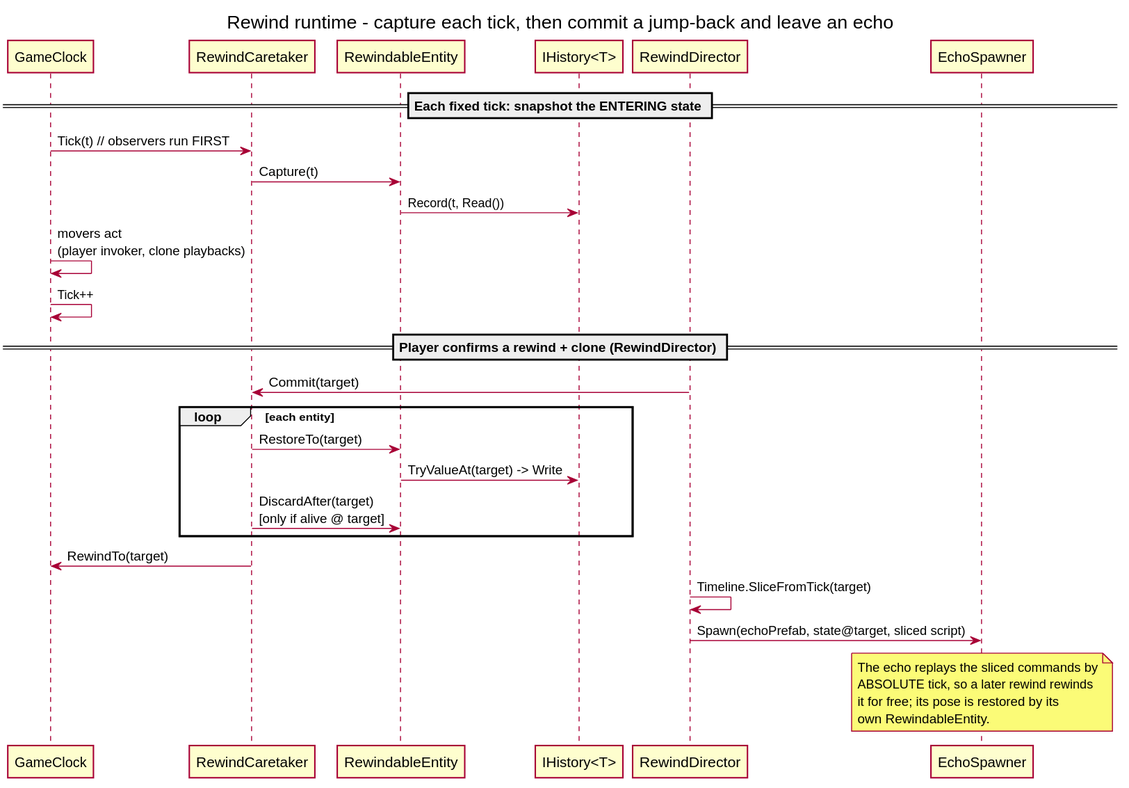
This is docs/presentation/rewind-sequence.svg from Xenogix/PlatformerMCR, a PlantUML export, as it was before one commit.
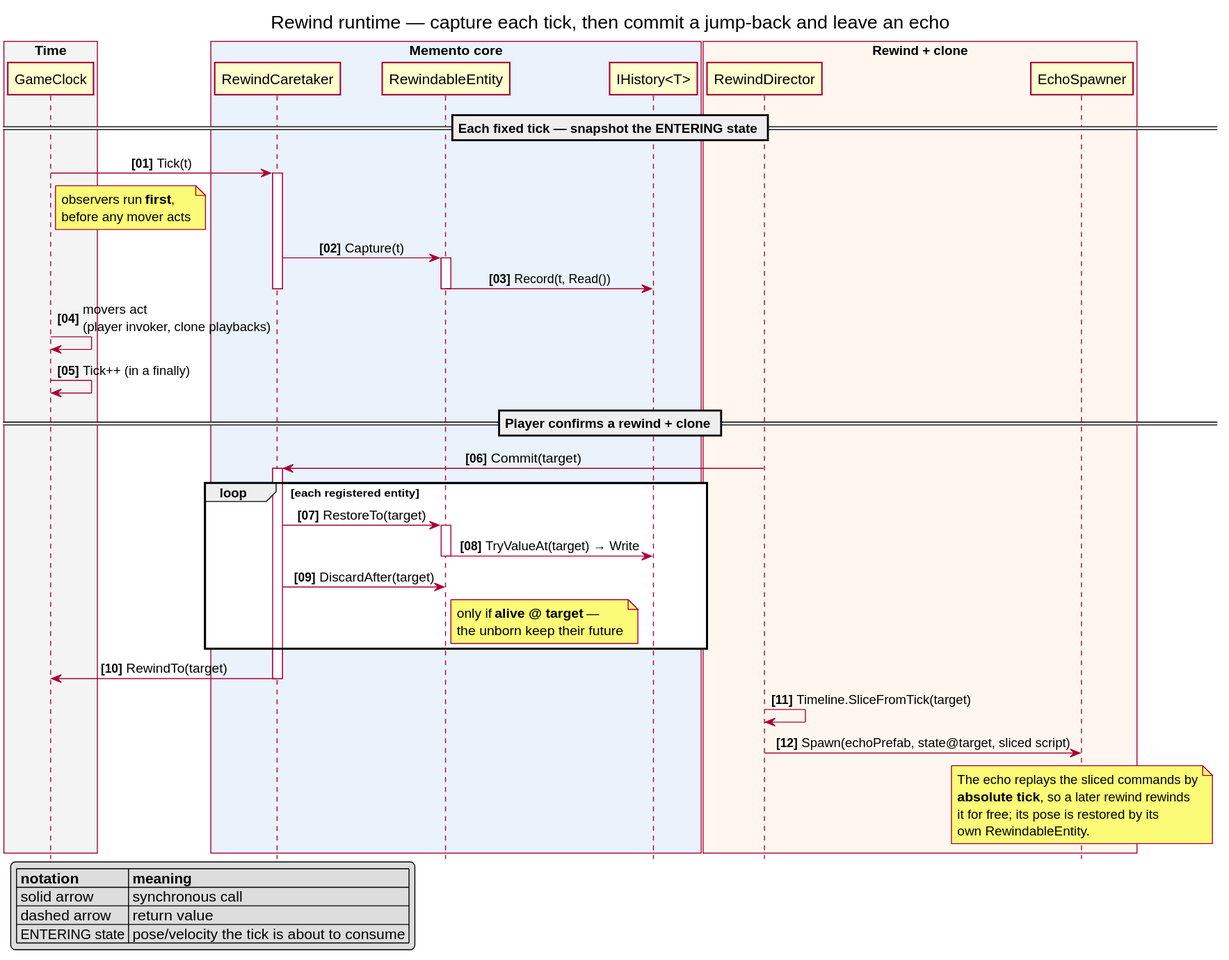
After the change.

Change to the diagram source:
```diff
@@ -1,37 +1,64 @@
 @startuml rewind-sequence
-title Rewind runtime - capture each tick, then commit a jump-back and leave an echo
+title Rewind runtime — capture each tick, then commit a jump-back and leave an echo
 
 skinparam shadowing false
 skinparam defaultFontName sans-serif
+skinparam sequenceMessageAlign center
+hide footbox
+autonumber "<b>[00]"
 
-participant GameClock
-participant "RewindCaretaker" as Caretaker
-participant "RewindableEntity" as Entity
-participant "IHistory<T>" as History
-participant "RewindDirector" as Director
-participant "EchoSpawner" as Spawner
+box "Time" #F4F4F4
+  participant GameClock as clock
+end box
+box "Memento core" #EAF2FB
+  participant RewindCaretaker as caretaker
+  participant RewindableEntity as entity
+  participant "IHistory<T>" as history
+end box
+box "Rewind + clone" #FFF7EF
+  participant RewindDirector as director
+  participant EchoSpawner as spawner
+end box
 
-== Each fixed tick: snapshot the ENTERING state ==
-GameClock -> Caretaker : Tick(t)   // observers run FIRST
-Caretaker -> Entity : Capture(t)
-Entity -> History : Record(t, Read())
-GameClock -> GameClock : movers act\n(player invoker, clone playbacks)
-GameClock -> GameClock : Tick++
+== Each fixed tick — snapshot the ENTERING state ==
+clock -> caretaker : Tick(t)
+note right of clock : observers run **first**,\nbefore any mover acts
+activate caretaker
+caretaker -> entity : Capture(t)
+activate entity
+entity -> history : Record(t, Read())
+deactivate entity
+deactivate caretaker
+clock -> clock : movers act\n(player invoker, clone playbacks)
+clock -> clock : Tick++  (in a finally)
 
-== Player confirms a rewind + clone (RewindDirector) ==
-Director -> Caretaker : Commit(target)
-loop each entity
-  Caretaker -> Entity : RestoreTo(target)
-  Entity -> History : TryValueAt(target) -> Write
-  Caretaker -> Entity : DiscardAfter(target)\n[only if alive @ target]
+== Player confirms a rewind + clone ==
+director -> caretaker : Commit(target)
+activate caretaker
+loop each registered entity
+  caretaker -> entity : RestoreTo(target)
+  activate entity
+  entity -> history : TryValueAt(target) → Write
+  deactivate entity
+  caretaker -> entity : DiscardAfter(target)
+  note right of entity : only if **alive @ target** —\nthe unborn keep their future
 end
-Caretaker -> GameClock : RewindTo(target)
-Director -> Director : Timeline.SliceFromTick(target)
-Director -> Spawner : Spawn(echoPrefab, state@target, sliced script)
-note over Spawner
+caretaker -> clock : RewindTo(target)
+deactivate caretaker
+director -> director : Timeline.SliceFromTick(target)
+director -> spawner : Spawn(echoPrefab, state@target, sliced script)
+note over spawner
   The echo replays the sliced commands by
-  ABSOLUTE tick, so a later rewind rewinds
+  **absolute tick**, so a later rewind rewinds
   it for free; its pose is restored by its
   own RewindableEntity.
 end note
+
+legend left
+  |= notation |= meaning |
+  | solid arrow | synchronous call |
+  | dashed arrow | return value |
+  | ENTERING state | pose/velocity the tick is about to consume |
+endlegend
+
 @enduml
```
